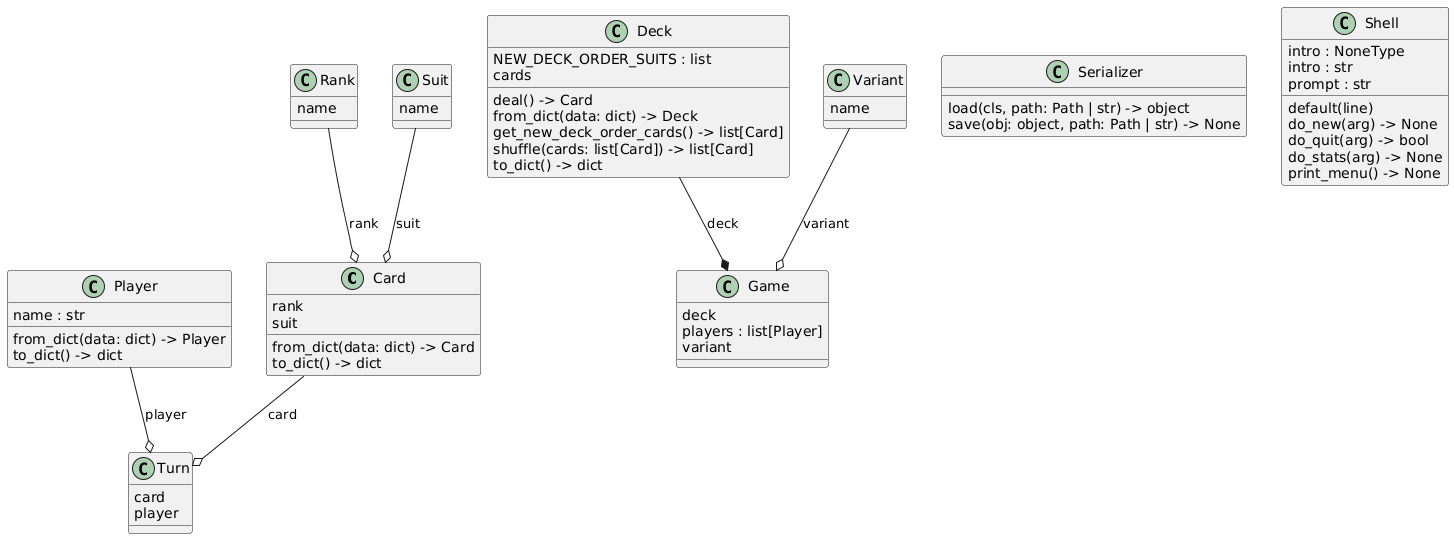
Earlier version of the PlantUML export docs/uml/png/classes_war.png (b3h3m0th/war).
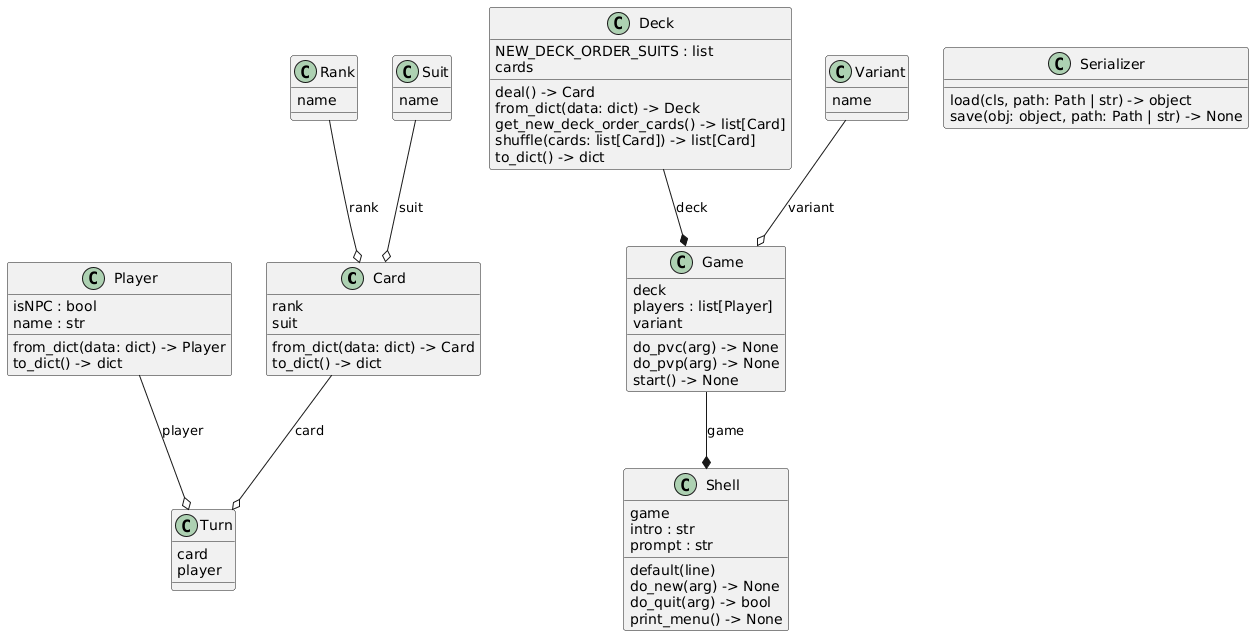
Above is the later version.

What changed in the source:
```diff
@@ -19,8 +19,12 @@
   deck
   players : list[Player]
   variant
+  do_pvc(arg) -> None
+  do_pvp(arg) -> None
+  start() -> None
 }
 class "Player" as models.player.Player {
+  isNPC : bool
   name : str
   from_dict(data: dict) -> Player
   to_dict() -> dict
@@ -33,13 +37,12 @@
   save(obj: object, path: Path | str) -> None
 }
 class "Shell" as models.shell.Shell {
-  intro : NoneType
+  game
   intro : str
   prompt : str
   default(line)
   do_new(arg) -> None
   do_quit(arg) -> bool
-  do_stats(arg) -> None
   print_menu() -> None
 }
 class "Suit" as enums.suit.Suit {
@@ -53,6 +56,7 @@
   name
 }
 models.deck.Deck --* models.game.Game : deck
+models.game.Game --* models.shell.Shell : game
 enums.rank.Rank --o models.card.Card : rank
 enums.suit.Suit --o models.card.Card : suit
 enums.variant.Variant --o models.game.Game : variant
```
